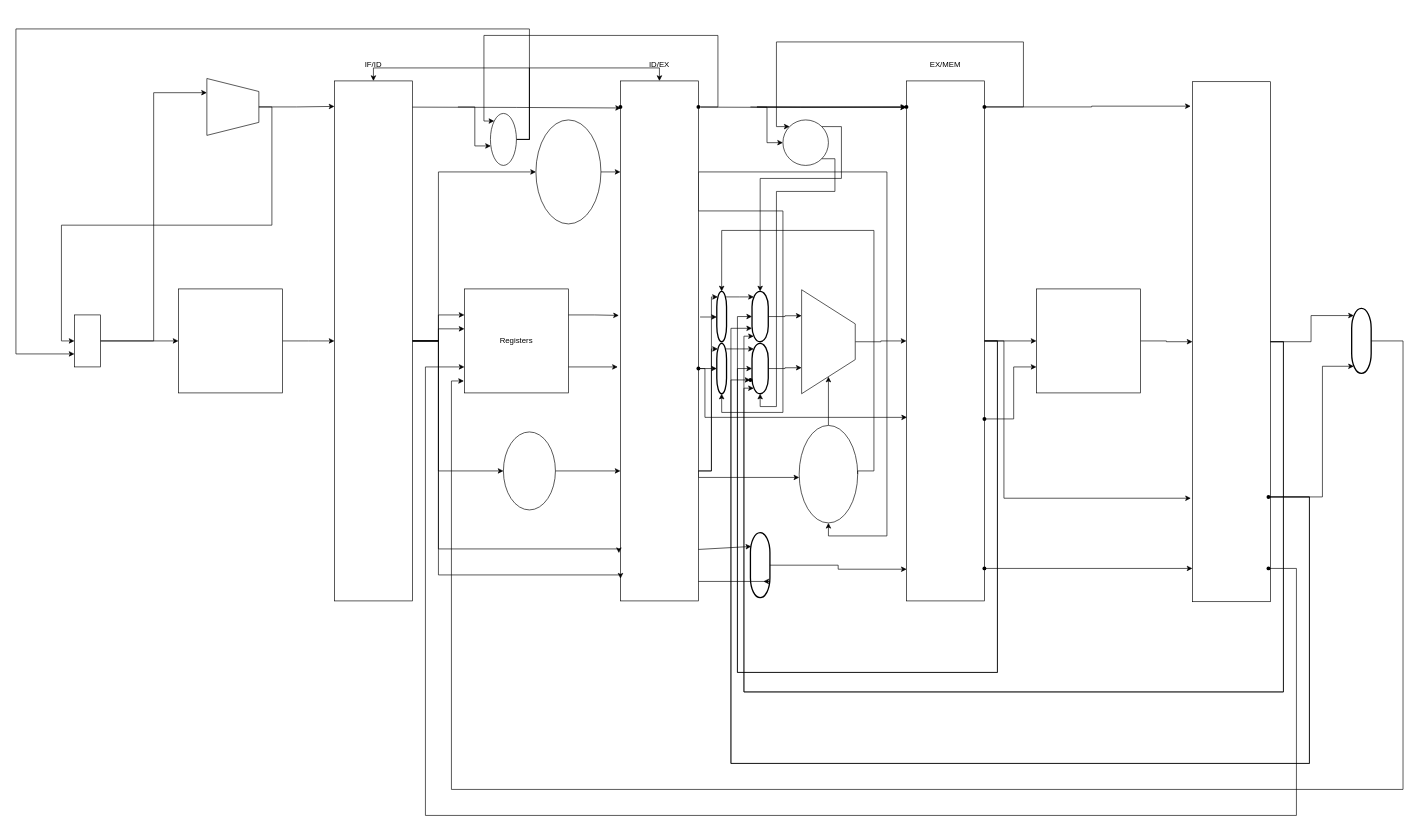
The draw.io diagram directory/未命名绘图.drawio in lllwwwooo/draw.io, before the edit. Source tidied: cells renumbered, new cells numbered last; positions are measured from the earlier drawing's top-left corner, leaving out a move shared by most shapes. Both pictures are drawn from the tidied source at 65%, with x=0, y=0 at pixel (16, 29).
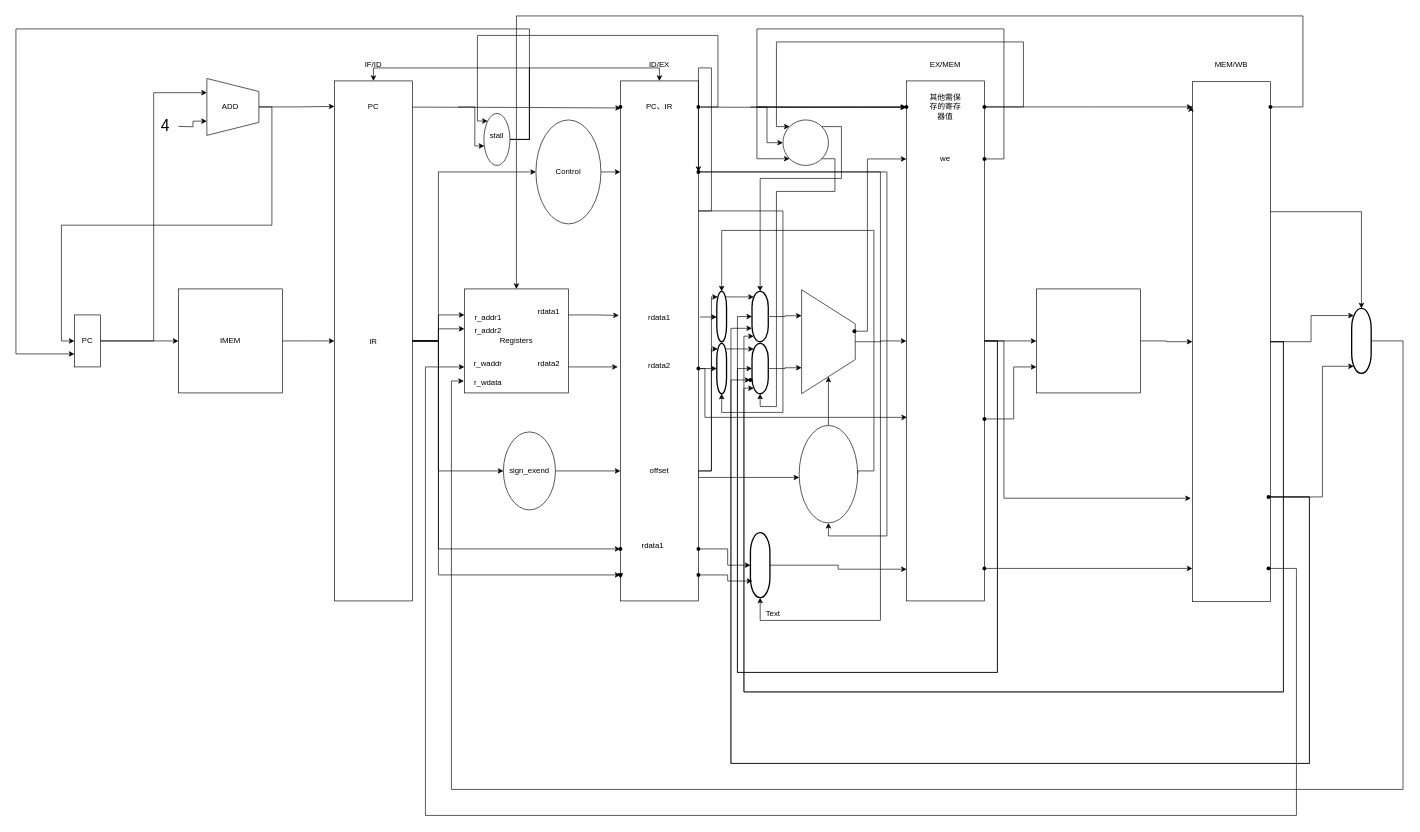
The same page after the edit.

Commit message (it also covers changes not shown here):
更新未命名绘图.drawio

Unchanged cells that the change refers to:
```xml
<mxCell id="9" style="rounded=0;whiteSpace=wrap;html=1;" parent="1" vertex="1">
  <mxGeometry x="490" y="80" width="120" height="800" as="geometry" />
</mxCell>
<mxCell id="11" style="group;" parent="1" vertex="1">
  <mxGeometry x="690" y="400" width="160" height="160" as="geometry" />
</mxCell>
<mxCell id="16" style="shape=trapezoid;perimeter=trapezoidPerimeter;whiteSpace=wrap;html=1;fixedSize=1;rotation=90;" parent="1" vertex="1">
  <mxGeometry x="290" y="80" width="87.5" height="80" as="geometry" />
</mxCell>
<mxCell id="23" style="rounded=0;whiteSpace=wrap;html=1;" parent="1" vertex="1">
  <mxGeometry x="930" y="80" width="120" height="800" as="geometry" />
</mxCell>
<mxCell id="28" style="strokeWidth=2;html=1;shape=mxgraph.flowchart.terminator;whiteSpace=wrap;rotation=90;" parent="1" vertex="1">
  <mxGeometry x="1095" y="810" width="100" height="30" as="geometry" />
</mxCell>
<mxCell id="31" style="ellipse;whiteSpace=wrap;html=1;" parent="1" vertex="1">
  <mxGeometry x="1205" y="610" width="90" height="150" as="geometry" />
</mxCell>
<mxCell id="62" style="ellipse;whiteSpace=wrap;html=1;" parent="1" vertex="1">
  <mxGeometry x="1180" y="140" width="70" height="70" as="geometry" />
</mxCell>
<mxCell id="72" style="shape=waypoint;sketch=0;fillStyle=solid;size=6;points=[];fillColor=none;perimeter=centerPerimeter;snapToPoint=1;" parent="1" vertex="1">
  <mxGeometry x="1040" y="110" width="20" height="20" as="geometry" />
</mxCell>
<mxCell id="74" style="shape=waypoint;sketch=0;fillStyle=solid;size=6;points=[];fillColor=none;perimeter=centerPerimeter;snapToPoint=1;" parent="1" vertex="1">
  <mxGeometry x="1480" y="110" width="20" height="20" as="geometry" />
</mxCell>
<mxCell id="83" style="rounded=0;whiteSpace=wrap;html=1;" parent="1" vertex="1">
  <mxGeometry x="1810" y="81.2" width="120" height="800" as="geometry" />
</mxCell>
<mxCell id="91" style="strokeWidth=2;html=1;shape=mxgraph.flowchart.terminator;whiteSpace=wrap;rotation=90;" parent="1" vertex="1">
  <mxGeometry x="2020" y="465" width="100" height="30" as="geometry" />
</mxCell>
```

What changed in the source:
```diff
@@
+    <mxCell id="100" style="edgeStyle=orthogonalEdgeStyle;rounded=0;jettySize=auto;html=1;exitX=1;exitY=0.5;exitDx=0;exitDy=0;" parent="1" edge="1" source="9" target="134">
+      <mxGeometry relative="1" as="geometry">
+        <Array as="points">
+          <mxPoint x="650" y="480" />
+          <mxPoint x="650" y="840" />
+        </Array>
+      </mxGeometry>
+    </mxCell>
@@
+    <mxCell id="101" value="r_waddr" style="text;strokeColor=none;align=center;fillColor=none;html=1;verticalAlign=middle;whiteSpace=wrap;rounded=0;" parent="11" vertex="1">
+      <mxGeometry x="10" y="100" width="53" height="30" as="geometry" />
+    </mxCell>
+    <mxCell id="102" value="r_wdata" style="text;strokeColor=none;align=center;fillColor=none;html=1;verticalAlign=middle;whiteSpace=wrap;rounded=0;" parent="11" vertex="1">
+      <mxGeometry x="10" y="130" width="53" height="30" as="geometry" />
+    </mxCell>
+    <mxCell id="103" value="r_addr1" style="text;strokeColor=none;align=center;fillColor=none;html=1;verticalAlign=middle;whiteSpace=wrap;rounded=0;" parent="11" vertex="1">
+      <mxGeometry x="10" y="30" width="53" height="30" as="geometry" />
+    </mxCell>
+    <mxCell id="104" value="rdata1" style="text;strokeColor=none;align=center;fillColor=none;html=1;verticalAlign=middle;whiteSpace=wrap;rounded=0;" parent="11" vertex="1">
+      <mxGeometry x="100" y="20" width="60" height="30" as="geometry" />
+    </mxCell>
+    <mxCell id="105" value="rdata2" style="text;strokeColor=none;align=center;fillColor=none;html=1;verticalAlign=middle;whiteSpace=wrap;rounded=0;" parent="11" vertex="1">
+      <mxGeometry x="100" y="100" width="60" height="30" as="geometry" />
+    </mxCell>
+    <mxCell id="106" value="r_addr2" style="text;strokeColor=none;align=center;fillColor=none;html=1;verticalAlign=middle;whiteSpace=wrap;rounded=0;" parent="11" vertex="1">
+      <mxGeometry x="10" y="50" width="53" height="30" as="geometry" />
+    </mxCell>
@@
-    <mxCell id="22" style="edgeStyle=orthogonalEdgeStyle;rounded=0;jettySize=auto;html=1;exitX=1;exitY=0.25;exitDx=0;exitDy=0;entryX=0.5;entryY=1;entryDx=0;entryDy=0;" parent="1" edge="1" source="23" target="31">
+    <mxCell id="22" style="edgeStyle=orthogonalEdgeStyle;rounded=0;jettySize=auto;html=1;exitDx=0;exitDy=0;entryX=0.5;entryY=1;entryDx=0;entryDy=0;" parent="1" edge="1" source="140" target="31">
       <mxGeometry relative="1" as="geometry">
         <Array as="points">
           <mxPoint x="1050" y="220" />
           <mxPoint x="1340" y="220" />
           <mxPoint x="1340" y="780" />
           <mxPoint x="1250" y="780" />
         </Array>
       </mxGeometry>
     </mxCell>
@@
-    <mxCell id="25" style="edgeStyle=orthogonalEdgeStyle;rounded=0;jettySize=auto;html=1;exitX=1;exitY=0.5;exitDx=0;exitDy=0;entryX=-0.02;entryY=0.908;entryDx=0;entryDy=0;entryPerimeter=0;" parent="1" edge="1" source="9" target="23">
-      <mxGeometry relative="1" as="geometry">
-        <Array as="points">
-          <mxPoint x="650" y="480" />
-          <mxPoint x="650" y="800" />
-          <mxPoint x="928" y="800" />
-        </Array>
-      </mxGeometry>
-    </mxCell>
-    <mxCell id="26" style="edgeStyle=orthogonalEdgeStyle;rounded=0;jettySize=auto;html=1;exitX=1;exitY=0.5;exitDx=0;exitDy=0;entryX=0.001;entryY=0.957;entryDx=0;entryDy=0;entryPerimeter=0;" parent="1" edge="1" source="9" target="23">
+    <mxCell id="26" style="edgeStyle=orthogonalEdgeStyle;rounded=0;jettySize=auto;html=1;exitDx=0;exitDy=0;entryX=0.001;entryY=0.957;entryDx=0;entryDy=0;entryPerimeter=0;" parent="1" edge="1" source="134" target="23">
       <mxGeometry relative="1" as="geometry">
         <Array as="points">
-          <mxPoint x="650" y="480" />
-          <mxPoint x="650" y="840" />
           <mxPoint x="930" y="840" />
         </Array>
       </mxGeometry>
     </mxCell>
@@
-    <mxCell id="29" style="endArrow=classic;html=1;rounded=0;entryX=0.212;entryY=0.958;entryDx=0;entryDy=0;entryPerimeter=0;exitX=1;exitY=0.901;exitDx=0;exitDy=0;exitPerimeter=0;" parent="1" edge="1" source="23" target="28">
-      <mxGeometry relative="1" as="geometry" />
-    </mxCell>
@@
-    <mxCell id="32" style="endArrow=classic;html=1;rounded=0;exitX=1;exitY=0.901;exitDx=0;exitDy=0;exitPerimeter=0;" parent="1" edge="1">
-      <mxGeometry relative="1" as="geometry">
-        <mxPoint x="1050" y="850" as="sourcePoint" />
-        <mxPoint x="1150" y="850" as="targetPoint" />
-        <Array as="points">
-          <mxPoint x="1160" y="850" />
-        </Array>
-      </mxGeometry>
-    </mxCell>
@@
     <mxCell id="70" style="ellipse;whiteSpace=wrap;html=1;" parent="1" vertex="1">
-      <mxGeometry x="730" y="130" width="40" height="80" as="geometry" />
+      <mxGeometry x="720" y="130" width="40" height="80" as="geometry" />
     </mxCell>
     <mxCell id="71" style="edgeStyle=orthogonalEdgeStyle;rounded=0;jettySize=auto;html=1;entryX=0;entryY=0;entryDx=0;entryDy=0;" parent="1" edge="1" source="72" target="70">
       <mxGeometry relative="1" as="geometry">
         <Array as="points">
           <mxPoint x="1080" y="120" />
           <mxPoint x="1080" y="10" />
-          <mxPoint x="720" y="10" />
-          <mxPoint x="720" y="142" />
+          <mxPoint x="710" y="10" />
+          <mxPoint x="710" y="142" />
         </Array>
       </mxGeometry>
     </mxCell>
@@
-    <mxCell id="99" style="edgeStyle=orthogonalEdgeStyle;rounded=0;jettySize=auto;html=1;entryX=-0.022;entryY=0.047;entryDx=0;entryDy=0;entryPerimeter=0;" parent="1" edge="1" source="74" target="83">
-      <mxGeometry relative="1" as="geometry" />
+    <mxCell id="99" style="edgeStyle=orthogonalEdgeStyle;rounded=0;jettySize=auto;html=1;entryX=-0.022;entryY=0.047;entryDx=0;entryDy=0;entryPerimeter=0;" parent="1" edge="1" target="83">
+      <mxGeometry relative="1" as="geometry">
+        <mxPoint x="1810" y="120" as="sourcePoint" />
+      </mxGeometry>
     </mxCell>
+    <mxCell id="107" style="edgeStyle=orthogonalEdgeStyle;rounded=0;jettySize=auto;html=1;entryDx=0;entryDy=0;entryPerimeter=0;" parent="1" edge="1" source="74">
+      <mxGeometry relative="1" as="geometry">
+        <mxPoint x="1810" y="120" as="targetPoint" />
+      </mxGeometry>
+    </mxCell>
+    <mxCell id="108" style="edgeStyle=orthogonalEdgeStyle;rounded=0;jettySize=auto;html=1;entryX=0.5;entryY=0;entryDx=0;entryDy=0;" parent="1" edge="1" source="109" target="11">
+      <mxGeometry relative="1" as="geometry">
+        <Array as="points">
+          <mxPoint x="1980" y="120" />
+          <mxPoint x="1980" y="-20" />
+          <mxPoint x="770" y="-20" />
+        </Array>
+      </mxGeometry>
+    </mxCell>
+    <mxCell id="109" style="shape=waypoint;sketch=0;fillStyle=solid;size=6;points=[];fillColor=none;perimeter=centerPerimeter;snapToPoint=1;" parent="1" vertex="1">
+      <mxGeometry x="1920" y="110" width="20" height="20" as="geometry" />
+    </mxCell>
+    <mxCell id="110" style="edgeStyle=orthogonalEdgeStyle;rounded=0;jettySize=auto;html=1;" parent="1" edge="1" source="111">
+      <mxGeometry relative="1" as="geometry">
+        <mxPoint x="1370" y="200" as="targetPoint" />
+        <Array as="points">
+          <mxPoint x="1310" y="465" />
+          <mxPoint x="1310" y="200" />
+        </Array>
+      </mxGeometry>
+    </mxCell>
+    <mxCell id="111" style="shape=waypoint;sketch=0;fillStyle=solid;size=6;points=[];fillColor=none;perimeter=centerPerimeter;snapToPoint=1;" parent="1" vertex="1">
+      <mxGeometry x="1280" y="455" width="20" height="20" as="geometry" />
+    </mxCell>
+    <mxCell id="112" style="edgeStyle=orthogonalEdgeStyle;rounded=0;jettySize=auto;html=1;entryX=0;entryY=1;entryDx=0;entryDy=0;" parent="1" edge="1" source="113" target="62">
+      <mxGeometry relative="1" as="geometry">
+        <Array as="points">
+          <mxPoint x="1520" y="200" />
+          <mxPoint x="1520" />
+          <mxPoint x="1140" />
+          <mxPoint x="1140" y="200" />
+        </Array>
+      </mxGeometry>
+    </mxCell>
+    <mxCell id="113" style="shape=waypoint;sketch=0;fillStyle=solid;size=6;points=[];fillColor=none;perimeter=centerPerimeter;snapToPoint=1;" parent="1" vertex="1">
+      <mxGeometry x="1480" y="190" width="20" height="20" as="geometry" />
+    </mxCell>
+    <mxCell id="114" style="edgeStyle=orthogonalEdgeStyle;rounded=0;orthogonalLoop=1;jettySize=auto;html=1;exitX=0.5;exitY=1;exitDx=0;exitDy=0;" parent="1" edge="1" source="62" target="62">
+      <mxGeometry relative="1" as="geometry" />
+    </mxCell>
+    <mxCell id="115" value="we" style="text;strokeColor=none;align=center;fillColor=none;html=1;verticalAlign=middle;whiteSpace=wrap;rounded=0;" parent="1" vertex="1">
+      <mxGeometry x="1400" y="185" width="60" height="30" as="geometry" />
+    </mxCell>
+    <mxCell id="116" value="其他需保存的寄存器值" style="text;strokeColor=none;align=center;fillColor=none;html=1;verticalAlign=middle;whiteSpace=wrap;rounded=0;" parent="1" vertex="1">
+      <mxGeometry x="1400" y="105" width="60" height="30" as="geometry" />
+    </mxCell>
+    <mxCell id="117" value="PC" style="text;strokeColor=none;align=center;fillColor=none;html=1;verticalAlign=middle;whiteSpace=wrap;rounded=0;" parent="1" vertex="1">
+      <mxGeometry x="520" y="105" width="60" height="30" as="geometry" />
+    </mxCell>
+    <mxCell id="118" value="IR" style="text;strokeColor=none;align=center;fillColor=none;html=1;verticalAlign=middle;whiteSpace=wrap;rounded=0;" parent="1" vertex="1">
+      <mxGeometry x="520" y="466.2" width="60" height="30" as="geometry" />
+    </mxCell>
+    <mxCell id="119" value="PC、IR" style="text;strokeColor=none;align=center;fillColor=none;html=1;verticalAlign=middle;whiteSpace=wrap;rounded=0;" parent="1" vertex="1">
+      <mxGeometry x="960" y="105" width="60" height="30" as="geometry" />
+    </mxCell>
+    <mxCell id="120" value="MEM/WB" style="text;strokeColor=none;align=center;fillColor=none;html=1;verticalAlign=middle;whiteSpace=wrap;rounded=0;" parent="1" vertex="1">
+      <mxGeometry x="1840" y="40" width="60" height="30" as="geometry" />
+    </mxCell>
+    <mxCell id="121" value="PC" style="text;strokeColor=none;align=center;fillColor=none;html=1;verticalAlign=middle;whiteSpace=wrap;rounded=0;" parent="1" vertex="1">
+      <mxGeometry x="80" y="465" width="60" height="30" as="geometry" />
+    </mxCell>
+    <mxCell id="122" value="IMEM" style="text;strokeColor=none;align=center;fillColor=none;html=1;verticalAlign=middle;whiteSpace=wrap;rounded=0;" parent="1" vertex="1">
+      <mxGeometry x="300" y="465" width="60" height="30" as="geometry" />
+    </mxCell>
+    <mxCell id="123" value="ADD" style="text;strokeColor=none;align=center;fillColor=none;html=1;verticalAlign=middle;whiteSpace=wrap;rounded=0;" parent="1" vertex="1">
+      <mxGeometry x="300" y="105" width="60" height="30" as="geometry" />
+    </mxCell>
+    <mxCell id="124" style="edgeStyle=orthogonalEdgeStyle;rounded=0;jettySize=auto;html=1;entryX=0.75;entryY=1;entryDx=0;entryDy=0;" parent="1" edge="1" target="16">
+      <mxGeometry relative="1" as="geometry">
+        <mxPoint x="250" y="150" as="sourcePoint" />
+      </mxGeometry>
+    </mxCell>
+    <mxCell id="125" value="&lt;font style=&quot;font-size: 24px;&quot;&gt;4&lt;/font&gt;" style="text;strokeColor=none;align=center;fillColor=none;html=1;verticalAlign=middle;whiteSpace=wrap;rounded=0;" parent="1" vertex="1">
+      <mxGeometry x="210" y="130" width="40" height="40" as="geometry" />
+    </mxCell>
+    <mxCell id="126" value="Control" style="text;strokeColor=none;align=center;fillColor=none;html=1;verticalAlign=middle;whiteSpace=wrap;rounded=0;" parent="1" vertex="1">
+      <mxGeometry x="820" y="205" width="60" height="30" as="geometry" />
+    </mxCell>
+    <mxCell id="127" value="stall" style="text;strokeColor=none;align=center;fillColor=none;html=1;verticalAlign=middle;whiteSpace=wrap;rounded=0;" parent="1" vertex="1">
+      <mxGeometry x="710" y="150" width="60" height="30" as="geometry" />
+    </mxCell>
+    <mxCell id="128" value="sign_exend" style="text;strokeColor=none;align=center;fillColor=none;html=1;verticalAlign=middle;whiteSpace=wrap;rounded=0;" parent="1" vertex="1">
+      <mxGeometry x="760" y="665" width="60" height="30" as="geometry" />
+    </mxCell>
+    <mxCell id="129" value="rdata1" style="text;strokeColor=none;align=center;fillColor=none;html=1;verticalAlign=middle;whiteSpace=wrap;rounded=0;" parent="1" vertex="1">
+      <mxGeometry x="960" y="430" width="60" height="30" as="geometry" />
+    </mxCell>
+    <mxCell id="130" value="rdata2" style="text;strokeColor=none;align=center;fillColor=none;html=1;verticalAlign=middle;whiteSpace=wrap;rounded=0;" parent="1" vertex="1">
+      <mxGeometry x="960" y="502.5" width="60" height="30" as="geometry" />
+    </mxCell>
+    <mxCell id="131" value="offset" style="text;strokeColor=none;align=center;fillColor=none;html=1;verticalAlign=middle;whiteSpace=wrap;rounded=0;" parent="1" vertex="1">
+      <mxGeometry x="960" y="665" width="60" height="30" as="geometry" />
+    </mxCell>
+    <mxCell id="132" value="rdata1" style="text;strokeColor=none;align=center;fillColor=none;html=1;verticalAlign=middle;whiteSpace=wrap;rounded=0;" parent="1" vertex="1">
+      <mxGeometry x="950" y="780" width="60" height="30" as="geometry" />
+    </mxCell>
+    <mxCell id="133" style="shape=waypoint;sketch=0;fillStyle=solid;size=6;points=[];fillColor=none;perimeter=centerPerimeter;snapToPoint=1;" parent="1" vertex="1">
+      <mxGeometry x="920" y="790" width="20" height="20" as="geometry" />
+    </mxCell>
+    <mxCell id="134" style="shape=waypoint;sketch=0;fillStyle=solid;size=6;points=[];fillColor=none;perimeter=centerPerimeter;snapToPoint=1;" parent="1" vertex="1">
+      <mxGeometry x="920" y="830" width="20" height="20" as="geometry" />
+    </mxCell>
+    <mxCell id="135" style="edgeStyle=orthogonalEdgeStyle;rounded=0;jettySize=auto;html=1;" parent="1" edge="1" source="136" target="28">
+      <mxGeometry relative="1" as="geometry" />
+    </mxCell>
+    <mxCell id="136" style="shape=waypoint;sketch=0;fillStyle=solid;size=6;points=[];fillColor=none;perimeter=centerPerimeter;snapToPoint=1;" parent="1" vertex="1">
+      <mxGeometry x="1040" y="790" width="20" height="20" as="geometry" />
+    </mxCell>
+    <mxCell id="137" style="shape=waypoint;sketch=0;fillStyle=solid;size=6;points=[];fillColor=none;perimeter=centerPerimeter;snapToPoint=1;" parent="1" vertex="1">
+      <mxGeometry x="1040" y="830" width="20" height="20" as="geometry" />
+    </mxCell>
+    <mxCell id="138" style="edgeStyle=orthogonalEdgeStyle;rounded=0;jettySize=auto;html=1;entryX=0.744;entryY=0.897;entryDx=0;entryDy=0;entryPerimeter=0;" parent="1" edge="1" source="137" target="28">
+      <mxGeometry relative="1" as="geometry" />
+    </mxCell>
+    <mxCell id="139" style="edgeStyle=orthogonalEdgeStyle;rounded=0;jettySize=auto;html=1;exitX=1;exitY=0.25;exitDx=0;exitDy=0;entryDx=0;entryDy=0;" parent="1" edge="1" source="23" target="140">
+      <mxGeometry relative="1" as="geometry" />
+    </mxCell>
+    <mxCell id="140" style="shape=waypoint;sketch=0;fillStyle=solid;size=6;points=[];fillColor=none;perimeter=centerPerimeter;snapToPoint=1;" parent="1" vertex="1">
+      <mxGeometry x="1040" y="210" width="20" height="20" as="geometry" />
+    </mxCell>
+    <mxCell id="141" style="edgeStyle=orthogonalEdgeStyle;rounded=0;jettySize=auto;html=1;entryX=1;entryY=0.5;entryDx=0;entryDy=0;entryPerimeter=0;" parent="1" edge="1" source="140" target="28">
+      <mxGeometry relative="1" as="geometry">
+        <Array as="points">
+          <mxPoint x="1330" y="220" />
+          <mxPoint x="1330" y="910" />
+          <mxPoint x="1145" y="910" />
+        </Array>
+      </mxGeometry>
+    </mxCell>
+    <mxCell id="142" value="Text" style="text;strokeColor=none;align=center;fillColor=none;html=1;verticalAlign=middle;whiteSpace=wrap;rounded=0;" parent="1" vertex="1">
+      <mxGeometry x="1135" y="870" width="60" height="60" as="geometry" />
+    </mxCell>
+    <mxCell id="143" style="edgeStyle=orthogonalEdgeStyle;rounded=0;jettySize=auto;html=1;exitX=1;exitY=0.5;exitDx=0;exitDy=0;entryX=0.75;entryY=0.283;entryDx=0;entryDy=0;entryPerimeter=0;" parent="1" edge="1" source="9" target="133">
+      <mxGeometry relative="1" as="geometry">
+        <Array as="points">
+          <mxPoint x="650" y="480" />
+          <mxPoint x="650" y="800" />
+        </Array>
+      </mxGeometry>
+    </mxCell>
+    <mxCell id="144" style="edgeStyle=orthogonalEdgeStyle;rounded=0;jettySize=auto;html=1;exitX=1;exitY=0.25;exitDx=0;exitDy=0;entryX=0;entryY=0.5;entryDx=0;entryDy=0;entryPerimeter=0;" parent="1" edge="1" source="83" target="91">
+      <mxGeometry relative="1" as="geometry">
+        <Array as="points">
+          <mxPoint x="2070" y="281" />
+        </Array>
+      </mxGeometry>
+    </mxCell>
```
